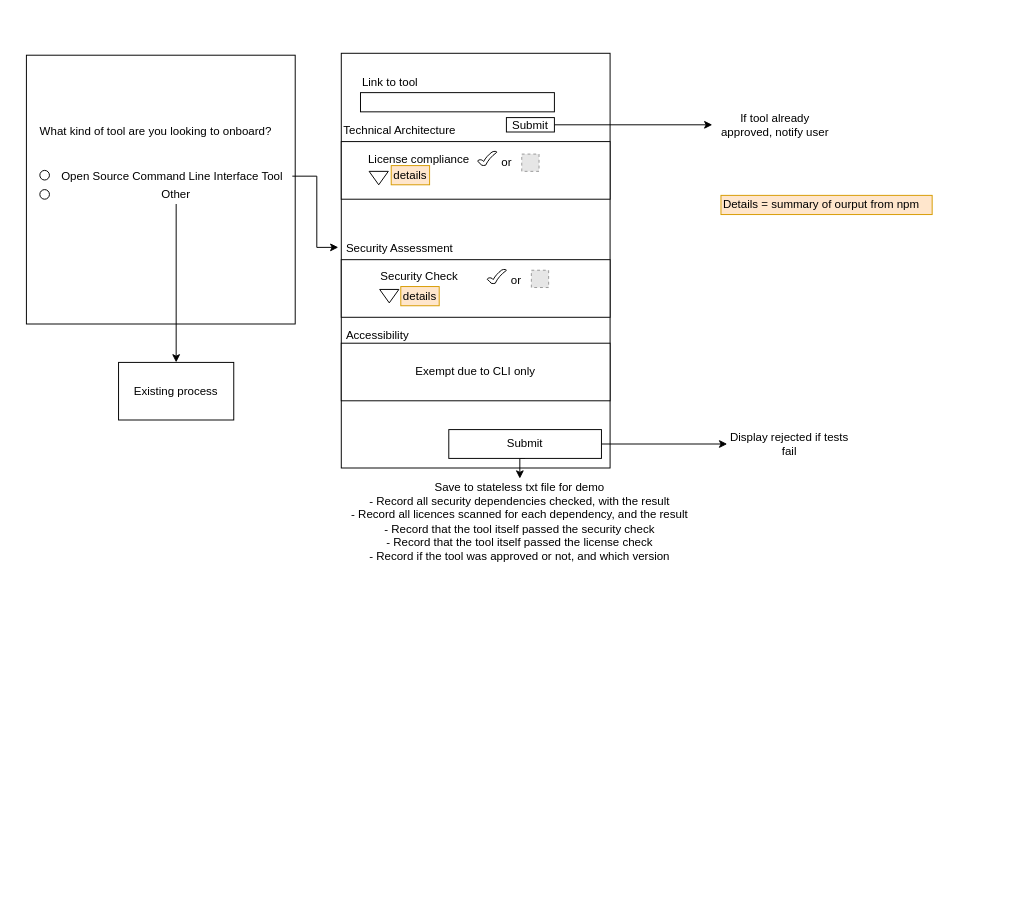
Earlier version of the draw.io diagram drawio/en/SoftwareOnboarding.drawio (sara-sabr/ITStrategy). Source tidied: cells renumbered, new cells numbered last; positions are measured from the earlier drawing's top-left corner, leaving out a move shared by most shapes. Both pictures are drawn from the tidied source at 96%, with x=0, y=0 at pixel (26, 53). Pictures stored in the file or linked from it are replaced by grey dashed boxes.
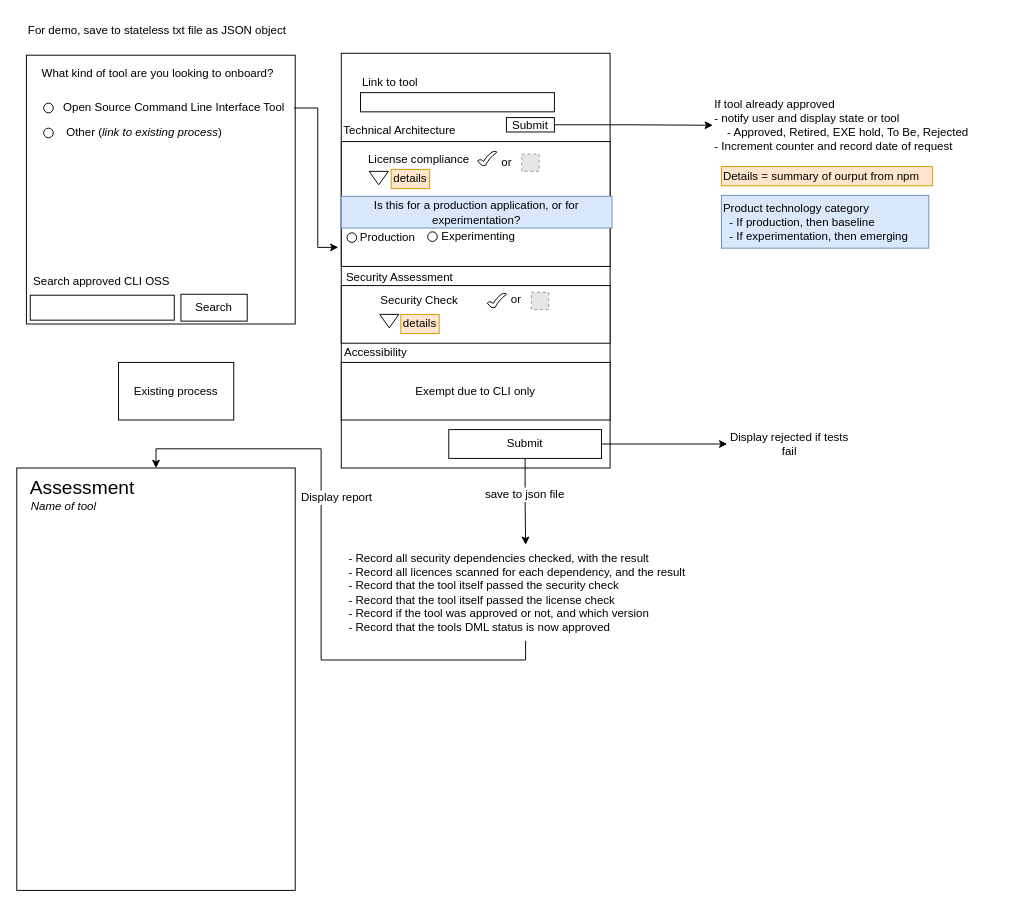
Above is the later version.

Commit message:
adding details to address existing require documentation from EA

The change refers to these unchanged cells:
```xml
<mxCell id="13" value="Existing process" style="rounded=0;whiteSpace=wrap;html=1;" parent="1" vertex="1">
  <mxGeometry x="96" y="322" width="120" height="60" as="geometry" />
</mxCell>
<mxCell id="29" value="Submit" style="rounded=0;whiteSpace=wrap;html=1;" parent="1" vertex="1">
  <mxGeometry x="440" y="392" width="159" height="30" as="geometry" />
</mxCell>
```

Diff of the diagram source:
```diff
@@
     <mxCell id="3" style="rounded=0;whiteSpace=wrap;html=1;" parent="1" vertex="1">
-      <mxGeometry x="328" y="215" width="280" height="60" as="geometry" />
+      <mxGeometry x="328" y="242" width="280" height="60" as="geometry" />
     </mxCell>
     <mxCell id="4" style="rounded=0;whiteSpace=wrap;html=1;" parent="1" vertex="1">
-      <mxGeometry x="328" y="92" width="280" height="60" as="geometry" />
+      <mxGeometry x="328" y="92" width="280" height="130" as="geometry" />
     </mxCell>
@@
     <mxCell id="6" value="What kind of tool are you looking to onboard?" style="text;html=1;strokeColor=none;fillColor=none;align=center;verticalAlign=middle;whiteSpace=wrap;rounded=0;" parent="1" vertex="1">
-      <mxGeometry y="72" width="270" height="20" as="geometry" />
+      <mxGeometry x="2" y="11" width="270" height="20" as="geometry" />
     </mxCell>
@@
     <mxCell id="8" value="Open Source Command Line Interface Tool" style="text;html=1;strokeColor=none;fillColor=none;align=center;verticalAlign=middle;whiteSpace=wrap;rounded=0;" parent="1" vertex="1">
-      <mxGeometry x="27" y="118" width="250" height="20" as="geometry" />
+      <mxGeometry x="29" y="47" width="250" height="20" as="geometry" />
     </mxCell>
     <mxCell id="9" style="ellipse;whiteSpace=wrap;html=1;" parent="1" vertex="1">
-      <mxGeometry x="14" y="122" width="10" height="10" as="geometry" />
+      <mxGeometry x="18" y="52" width="10" height="10" as="geometry" />
     </mxCell>
     <mxCell id="10" style="ellipse;whiteSpace=wrap;html=1;" parent="1" vertex="1">
-      <mxGeometry x="14" y="142" width="10" height="10" as="geometry" />
+      <mxGeometry x="18" y="78" width="10" height="10" as="geometry" />
     </mxCell>
-    <mxCell id="11" style="edgeStyle=orthogonalEdgeStyle;rounded=0;jettySize=auto;html=1;exitX=0.5;exitY=1;exitDx=0;exitDy=0;entryX=0.5;entryY=0;entryDx=0;entryDy=0;" parent="1" edge="1" source="12" target="13">
-      <mxGeometry relative="1" as="geometry" />
-    </mxCell>
-    <mxCell id="12" value="Other" style="text;html=1;strokeColor=none;fillColor=none;align=center;verticalAlign=middle;whiteSpace=wrap;rounded=0;" parent="1" vertex="1">
-      <mxGeometry x="31" y="137" width="250" height="20" as="geometry" />
+    <mxCell id="12" value="Other (&lt;i&gt;link to existing process&lt;/i&gt;)" style="text;html=1;strokeColor=none;fillColor=none;align=center;verticalAlign=middle;whiteSpace=wrap;rounded=0;" parent="1" vertex="1">
+      <mxGeometry x="36" y="73" width="174" height="20" as="geometry" />
     </mxCell>
@@
     <mxCell id="22" value="Security Check" style="text;html=1;strokeColor=none;fillColor=none;align=center;verticalAlign=middle;whiteSpace=wrap;rounded=0;" parent="1" vertex="1">
-      <mxGeometry x="349" y="223" width="121" height="20" as="geometry" />
+      <mxGeometry x="349" y="248" width="121" height="20" as="geometry" />
     </mxCell>
@@
     <mxCell id="24" value="details" style="text;html=1;strokeColor=#d79b00;fillColor=#ffe6cc;align=center;verticalAlign=middle;whiteSpace=wrap;rounded=0;" parent="1" vertex="1">
-      <mxGeometry x="380" y="117" width="40" height="20" as="geometry" />
+      <mxGeometry x="380" y="121" width="40" height="20" as="geometry" />
     </mxCell>
     <mxCell id="25" style="triangle;whiteSpace=wrap;html=1;rotation=90;" parent="1" vertex="1">
-      <mxGeometry x="371" y="243" width="14" height="20" as="geometry" />
+      <mxGeometry x="371" y="269" width="14" height="20" as="geometry" />
     </mxCell>
     <mxCell id="26" value="details" style="text;html=1;strokeColor=#d79b00;fillColor=#ffe6cc;align=center;verticalAlign=middle;whiteSpace=wrap;rounded=0;" parent="1" vertex="1">
-      <mxGeometry x="390" y="243" width="40" height="20" as="geometry" />
+      <mxGeometry x="390" y="272" width="40" height="20" as="geometry" />
     </mxCell>
@@
-    <mxCell id="28" style="edgeStyle=orthogonalEdgeStyle;rounded=0;jettySize=auto;html=1;exitX=0.5;exitY=1;exitDx=0;exitDy=0;" parent="1" edge="1" source="29">
-      <mxGeometry relative="1" as="geometry">
-        <mxPoint x="514" y="443" as="targetPoint" />
-      </mxGeometry>
+    <mxCell id="28" style="edgeStyle=orthogonalEdgeStyle;rounded=0;jettySize=auto;html=1;exitX=0.5;exitY=1;exitDx=0;exitDy=0;entryX=0.5;entryY=0;entryDx=0;entryDy=0;" parent="1" edge="1" source="29" target="32">
+      <mxGeometry relative="1" as="geometry" />
     </mxCell>
+    <mxCell id="41" value="save to json file" style="text;html=1;align=center;verticalAlign=middle;labelBackgroundColor=#ffffff;" parent="28" vertex="1">
+      <mxGeometry x="-0.19" y="-1" relative="1" as="geometry" />
+    </mxCell>
@@
-    <mxCell id="31" value="If tool already approved, notify user" style="text;html=1;strokeColor=none;fillColor=none;align=center;verticalAlign=middle;whiteSpace=wrap;rounded=0;" parent="1" vertex="1">
-      <mxGeometry x="714.5" y="64.5" width="130" height="20" as="geometry" />
+    <mxCell id="31" value="If tool already approved&lt;br&gt;- notify user and display state or tool&amp;nbsp;&lt;br&gt;&amp;nbsp; &amp;nbsp; - Approved, Retired, EXE hold, To Be, Rejected&lt;br&gt;- Increment counter and record date of request" style="text;html=1;strokeColor=none;fillColor=none;align=left;verticalAlign=middle;whiteSpace=wrap;rounded=0;" parent="1" vertex="1">
+      <mxGeometry x="715" y="65" width="306" height="20" as="geometry" />
     </mxCell>
+    <mxCell id="42" style="edgeStyle=orthogonalEdgeStyle;rounded=0;jettySize=auto;html=1;exitX=0.5;exitY=1;exitDx=0;exitDy=0;entryX=0.5;entryY=0;entryDx=0;entryDy=0;" parent="1" edge="1" source="32" target="51">
+      <mxGeometry relative="1" as="geometry" />
+    </mxCell>
+    <mxCell id="43" value="Display report" style="text;html=1;align=center;verticalAlign=middle;labelBackgroundColor=#ffffff;" parent="42" vertex="1">
+      <mxGeometry x="0.25" y="-2" relative="1" as="geometry">
+        <mxPoint x="13" as="offset" />
+      </mxGeometry>
+    </mxCell>
-    <mxCell id="32" value="Save to stateless txt file for demo&lt;br&gt;- Record all security dependencies checked, with the result&lt;br&gt;- Record all licences scanned for each dependency, and the result&lt;br&gt;- Record that the tool itself passed the security check&lt;br&gt;- Record that the tool itself passed the license check&lt;br&gt;- Record if the tool was approved or not, and which version" style="text;html=1;strokeColor=none;fillColor=none;align=center;verticalAlign=middle;whiteSpace=wrap;rounded=0;" parent="1" vertex="1">
-      <mxGeometry x="328" y="463" width="372" height="50" as="geometry" />
+    <mxCell id="32" value="- Record all security dependencies checked, with the result&lt;br&gt;- Record all licences scanned for each dependency, and the result&lt;br&gt;- Record that the tool itself passed the security check&lt;br&gt;- Record that the tool itself passed the license check&lt;br&gt;- Record if the tool was approved or not, and which version&lt;br&gt;- Record that the tools DML status is now approved" style="text;html=1;strokeColor=none;fillColor=none;align=left;verticalAlign=middle;whiteSpace=wrap;rounded=0;" parent="1" vertex="1">
+      <mxGeometry x="334" y="512" width="372" height="100" as="geometry" />
     </mxCell>
     <mxCell id="33" value="Details = summary of ourput from npm" style="text;html=1;align=left;verticalAlign=top;spacingTop=-4;fillColor=#ffe6cc;strokeColor=#d79b00;" parent="1" vertex="1">
-      <mxGeometry x="723.5" y="148" width="220" height="20" as="geometry" />
+      <mxGeometry x="724" y="118" width="220" height="20" as="geometry" />
     </mxCell>
@@
     <mxCell id="35" value="Security Assessment" style="text;html=1;strokeColor=none;fillColor=none;align=center;verticalAlign=middle;whiteSpace=wrap;rounded=0;" parent="1" vertex="1">
-      <mxGeometry x="324" y="194" width="130" height="20" as="geometry" />
+      <mxGeometry x="324" y="224" width="130" height="20" as="geometry" />
     </mxCell>
     <mxCell id="36" value="Exempt due to CLI only" style="rounded=0;whiteSpace=wrap;html=1;" parent="1" vertex="1">
-      <mxGeometry x="328" y="302" width="280" height="60" as="geometry" />
+      <mxGeometry x="328" y="322" width="280" height="60" as="geometry" />
     </mxCell>
     <mxCell id="37" value="Accessibility" style="text;html=1;strokeColor=none;fillColor=none;align=center;verticalAlign=middle;whiteSpace=wrap;rounded=0;" parent="1" vertex="1">
-      <mxGeometry x="330" y="284" width="72" height="20" as="geometry" />
+      <mxGeometry x="328" y="302" width="72" height="20" as="geometry" />
     </mxCell>
     <mxCell id="38" style="verticalLabelPosition=bottom;verticalAlign=top;html=1;shape=mxgraph.basic.tick;" parent="1" vertex="1">
-      <mxGeometry x="480" y="225" width="20" height="15" as="geometry" />
+      <mxGeometry x="480" y="250" width="20" height="15" as="geometry" />
     </mxCell>
     <mxCell id="39" style="fillColor=#E6E6E6;strokeColor=#999999;dashed=1;html=1;verticalAlign=top;verticalLabelPosition=bottom;labelBackgroundColor=#ffffff;" parent="1" vertex="1">
-      <mxGeometry x="526" y="226" width="18" height="18" as="geometry" />
+      <mxGeometry x="526" y="249" width="18" height="18" as="geometry" />
     </mxCell>
     <mxCell id="40" value="or" style="text;html=1;strokeColor=none;fillColor=none;align=center;verticalAlign=middle;whiteSpace=wrap;rounded=0;" parent="1" vertex="1">
-      <mxGeometry x="500" y="225" width="21" height="24" as="geometry" />
+      <mxGeometry x="500" y="245" width="21" height="24" as="geometry" />
     </mxCell>
+    <mxCell id="44" style="ellipse;whiteSpace=wrap;html=1;" parent="1" vertex="1">
+      <mxGeometry x="334" y="187" width="10" height="10" as="geometry" />
+    </mxCell>
+    <mxCell id="45" value="Production" style="text;html=1;strokeColor=none;fillColor=none;align=center;verticalAlign=middle;whiteSpace=wrap;rounded=0;" parent="1" vertex="1">
+      <mxGeometry x="360" y="182" width="33" height="20" as="geometry" />
+    </mxCell>
+    <mxCell id="46" style="ellipse;whiteSpace=wrap;html=1;" parent="1" vertex="1">
+      <mxGeometry x="418" y="186" width="10" height="10" as="geometry" />
+    </mxCell>
+    <mxCell id="47" value="Experimenting" style="text;html=1;strokeColor=none;fillColor=none;align=center;verticalAlign=middle;whiteSpace=wrap;rounded=0;" parent="1" vertex="1">
+      <mxGeometry x="432" y="181" width="78" height="20" as="geometry" />
+    </mxCell>
+    <mxCell id="48" value="Is this for a production application, or for experimentation?" style="text;html=1;strokeColor=#6c8ebf;fillColor=#dae8fc;align=center;verticalAlign=middle;whiteSpace=wrap;rounded=0;" parent="1" vertex="1">
+      <mxGeometry x="328" y="149" width="282" height="33" as="geometry" />
+    </mxCell>
+    <mxCell id="49" value="Product technology category&amp;nbsp;&lt;br&gt;&amp;nbsp; - If production, then baseline&lt;br&gt;&amp;nbsp; - If experimentation, then emerging" style="text;html=1;strokeColor=#6c8ebf;fillColor=#dae8fc;align=left;verticalAlign=middle;whiteSpace=wrap;rounded=0;" parent="1" vertex="1">
+      <mxGeometry x="724" y="148" width="216" height="55" as="geometry" />
+    </mxCell>
+    <mxCell id="50" value="For demo, save to stateless txt file as JSON object" style="text;html=1;" parent="1" vertex="1">
+      <mxGeometry y="-38" width="630" height="30" as="geometry" />
+    </mxCell>
+    <mxCell id="51" style="rounded=0;whiteSpace=wrap;html=1;" parent="1" vertex="1">
+      <mxGeometry x="-10" y="432" width="290" height="440" as="geometry" />
+    </mxCell>
+    <mxCell id="52" value="Assessment" style="text;html=1;strokeColor=none;fillColor=none;align=center;verticalAlign=middle;whiteSpace=wrap;rounded=0;fontSize=20;" parent="1" vertex="1">
+      <mxGeometry x="18" y="442" width="81" height="20" as="geometry" />
+    </mxCell>
+    <mxCell id="53" value="Name of tool" style="text;html=1;strokeColor=none;fillColor=none;align=center;verticalAlign=middle;whiteSpace=wrap;rounded=0;fontStyle=2;" parent="1" vertex="1">
+      <mxGeometry x="-4" y="462" width="86" height="20" as="geometry" />
+    </mxCell>
+    <mxCell id="54" value="Search approved CLI OSS" style="text;html=1;strokeColor=none;fillColor=none;align=center;verticalAlign=middle;whiteSpace=wrap;rounded=0;fontSize=12;" parent="1" vertex="1">
+      <mxGeometry x="2" y="228" width="153" height="20" as="geometry" />
+    </mxCell>
+    <mxCell id="55" style="rounded=0;whiteSpace=wrap;html=1;fontSize=20;" parent="1" vertex="1">
+      <mxGeometry x="4" y="252" width="150" height="26" as="geometry" />
+    </mxCell>
+    <mxCell id="56" value="Search" style="rounded=0;whiteSpace=wrap;html=1;fontSize=12;" parent="1" vertex="1">
+      <mxGeometry x="161" y="251" width="69" height="28" as="geometry" />
+    </mxCell>
```
